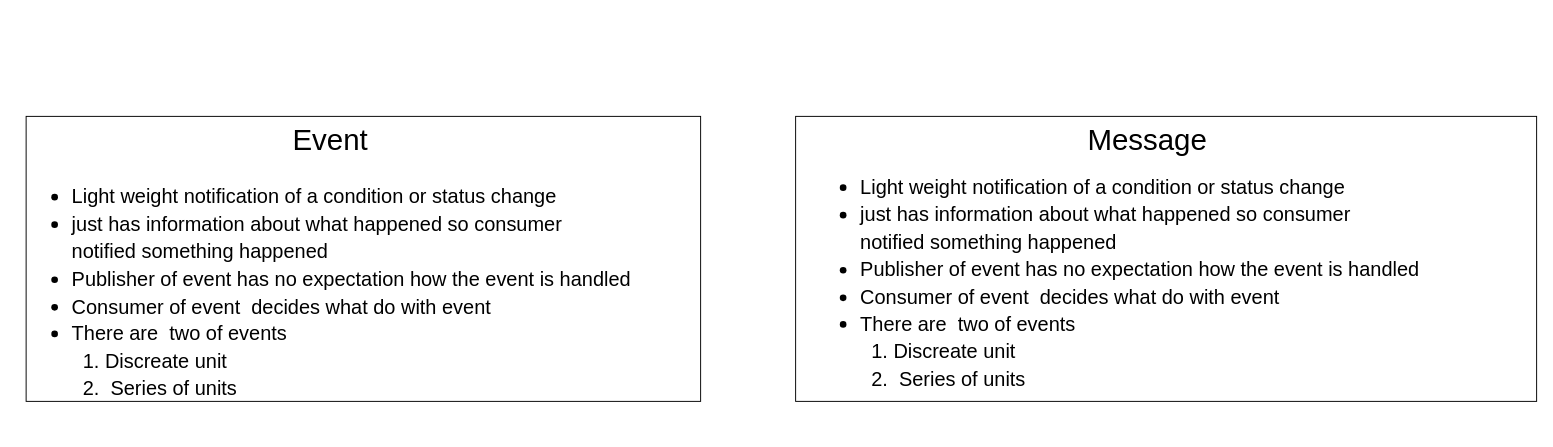
Above: page "Event VS Message" (2 of 3) of EventGrid/EventGrid_Flow_Diagrams.drawio in KollaRajesh/aztd-AzureMessagingServices (draw.io), before the change. Source tidied: cells renumbered, new cells numbered last; positions are measured from the earlier drawing's top-left corner, leaving out a move shared by most shapes. Both pictures are drawn from the tidied source at 95%, with x=0, y=0 at pixel (26, 116).
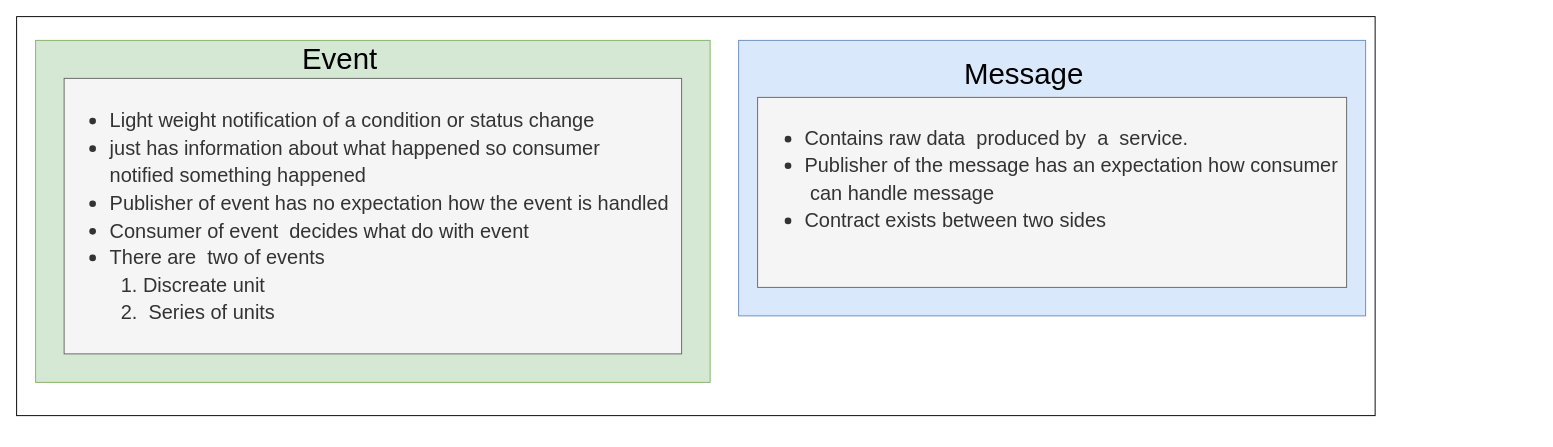
The same diagram, later.

The edit, as a diff of the source:
```diff
@@
 <mxGraphModel>
   <root>
     <mxCell id="0" />
     <mxCell id="1" parent="0" />
+    <mxCell id="8" style="rounded=0;whiteSpace=wrap;html=1;" parent="1" vertex="1">
+      <mxGeometry x="-10" y="-105" width="1430" height="420" as="geometry" />
+    </mxCell>
-    <mxCell id="2" style="rounded=0;whiteSpace=wrap;html=1;" parent="1" vertex="1">
-      <mxGeometry x="810" width="780" height="300" as="geometry" />
+    <mxCell id="2" style="rounded=0;whiteSpace=wrap;html=1;fillColor=#dae8fc;strokeColor=#6c8ebf;" parent="1" vertex="1">
+      <mxGeometry x="750" y="-80" width="660" height="290" as="geometry" />
     </mxCell>
-    <mxCell id="3" style="rounded=0;whiteSpace=wrap;html=1;" parent="1" vertex="1">
-      <mxGeometry width="710" height="300" as="geometry" />
+    <mxCell id="3" style="rounded=0;whiteSpace=wrap;html=1;fillColor=#d5e8d4;strokeColor=#82b366;" parent="1" vertex="1">
+      <mxGeometry x="10" y="-80" width="710" height="360" as="geometry" />
     </mxCell>
     <mxCell id="4" value="Event" style="text;html=1;align=center;verticalAlign=middle;fillColor=none;strokeColor=none;rounded=0;fontSize=31;" parent="1" vertex="1">
-      <mxGeometry x="270" y="5" width="100" height="40" as="geometry" />
+      <mxGeometry x="280" y="-80" width="100" height="40" as="geometry" />
     </mxCell>
-    <mxCell id="5" value="&lt;ul&gt;&lt;li style=&quot;text-align: left&quot;&gt;&lt;font style=&quot;font-size: 21px&quot;&gt;Light weight notification of a condition or status change&amp;nbsp;&lt;/font&gt;&lt;/li&gt;&lt;li style=&quot;text-align: left&quot;&gt;&lt;font style=&quot;font-size: 21px&quot;&gt;just has information about what happened so consumer &lt;br&gt;notified something happened&amp;nbsp;&lt;/font&gt;&lt;/li&gt;&lt;li style=&quot;text-align: left&quot;&gt;&lt;span style=&quot;font-size: 21px&quot;&gt;Publisher of event has no expectation how the event is handled&amp;nbsp;&lt;/span&gt;&lt;/li&gt;&lt;li style=&quot;text-align: left&quot;&gt;&lt;span style=&quot;font-size: 21px&quot;&gt;Consumer of event&amp;nbsp; decides what do with event&amp;nbsp;&lt;/span&gt;&lt;/li&gt;&lt;li style=&quot;text-align: left&quot;&gt;&lt;span style=&quot;font-size: 21px&quot;&gt;There are&amp;nbsp; two of events&amp;nbsp;&amp;nbsp;&lt;br&gt;&amp;nbsp; 1. Discreate unit&lt;br&gt;&amp;nbsp; 2.&amp;nbsp; Series of units&lt;/span&gt;&lt;/li&gt;&lt;/ul&gt;" style="text;html=1;align=center;verticalAlign=middle;fillColor=none;strokeColor=none;rounded=0;fontSize=24;" parent="1" vertex="1">
-      <mxGeometry y="40" width="650" height="290" as="geometry" />
+    <mxCell id="5" value="&lt;ul&gt;&lt;li style=&quot;text-align: left&quot;&gt;&lt;font style=&quot;font-size: 21px&quot;&gt;Light weight notification of a condition or status change&amp;nbsp;&lt;/font&gt;&lt;/li&gt;&lt;li style=&quot;text-align: left&quot;&gt;&lt;font style=&quot;font-size: 21px&quot;&gt;just has information about what happened so consumer &lt;br&gt;notified something happened&amp;nbsp;&lt;/font&gt;&lt;/li&gt;&lt;li style=&quot;text-align: left&quot;&gt;&lt;span style=&quot;font-size: 21px&quot;&gt;Publisher of event has no expectation how the event is handled&amp;nbsp;&lt;/span&gt;&lt;/li&gt;&lt;li style=&quot;text-align: left&quot;&gt;&lt;span style=&quot;font-size: 21px&quot;&gt;Consumer of event&amp;nbsp; decides what do with event&amp;nbsp;&lt;/span&gt;&lt;/li&gt;&lt;li style=&quot;text-align: left&quot;&gt;&lt;span style=&quot;font-size: 21px&quot;&gt;There are&amp;nbsp; two of events&amp;nbsp;&amp;nbsp;&lt;br&gt;&amp;nbsp; 1. Discreate unit&lt;br&gt;&amp;nbsp; 2.&amp;nbsp; Series of units&lt;/span&gt;&lt;/li&gt;&lt;/ul&gt;" style="text;html=1;align=center;verticalAlign=middle;fillColor=#f5f5f5;strokeColor=#666666;rounded=0;fontSize=24;fontColor=#333333;" parent="1" vertex="1">
+      <mxGeometry x="40" y="-40" width="650" height="290" as="geometry" />
     </mxCell>
-    <mxCell id="6" value="&lt;ul&gt;&lt;li style=&quot;text-align: left&quot;&gt;&lt;font style=&quot;font-size: 21px&quot;&gt;Light weight notification of a condition or status change&amp;nbsp;&lt;/font&gt;&lt;/li&gt;&lt;li style=&quot;text-align: left&quot;&gt;&lt;font style=&quot;font-size: 21px&quot;&gt;just has information about what happened so consumer &lt;br&gt;notified something happened&amp;nbsp;&lt;/font&gt;&lt;/li&gt;&lt;li style=&quot;text-align: left&quot;&gt;&lt;span style=&quot;font-size: 21px&quot;&gt;Publisher of event has no expectation how the event is handled&amp;nbsp;&lt;/span&gt;&lt;/li&gt;&lt;li style=&quot;text-align: left&quot;&gt;&lt;span style=&quot;font-size: 21px&quot;&gt;Consumer of event&amp;nbsp; decides what do with event&amp;nbsp;&lt;/span&gt;&lt;/li&gt;&lt;li style=&quot;text-align: left&quot;&gt;&lt;span style=&quot;font-size: 21px&quot;&gt;There are&amp;nbsp; two of events&amp;nbsp;&amp;nbsp;&lt;br&gt;&amp;nbsp; 1. Discreate unit&lt;br&gt;&amp;nbsp; 2.&amp;nbsp; Series of units&lt;/span&gt;&lt;/li&gt;&lt;/ul&gt;" style="text;html=1;align=center;verticalAlign=middle;fillColor=none;strokeColor=none;rounded=0;fontSize=24;" parent="1" vertex="1">
-      <mxGeometry x="830" y="30" width="650" height="290" as="geometry" />
+    <mxCell id="6" value="&lt;ul&gt;&lt;li style=&quot;text-align: left&quot;&gt;&lt;font style=&quot;font-size: 21px&quot;&gt;Contains raw data&amp;nbsp; produced by&amp;nbsp; a&amp;nbsp; service.&lt;/font&gt;&lt;/li&gt;&lt;li style=&quot;text-align: left&quot;&gt;&lt;span&gt;&lt;span style=&quot;font-size: 21px&quot;&gt;Publisher of the message has an expectation&amp;nbsp;how consumer&lt;br&gt;&amp;nbsp;can handle message&lt;/span&gt;&lt;/span&gt;&lt;/li&gt;&lt;li style=&quot;text-align: left&quot;&gt;&lt;span&gt;&lt;span style=&quot;font-size: 21px&quot;&gt;Contract exists between two sides&lt;br&gt;&lt;/span&gt;&lt;br&gt;&lt;/span&gt;&lt;/li&gt;&lt;/ul&gt;" style="text;html=1;align=center;verticalAlign=middle;fillColor=#f5f5f5;strokeColor=#666666;rounded=0;fontSize=24;fontColor=#333333;" parent="1" vertex="1">
+      <mxGeometry x="770" y="-20" width="620" height="200" as="geometry" />
     </mxCell>
     <mxCell id="7" value="Message" style="text;html=1;align=center;verticalAlign=middle;fillColor=none;strokeColor=none;rounded=0;fontSize=31;" parent="1" vertex="1">
-      <mxGeometry x="1110" y="5" width="140" height="40" as="geometry" />
+      <mxGeometry x="980" y="-65" width="140" height="40" as="geometry" />
     </mxCell>
   </root>
 </mxGraphModel>
```
